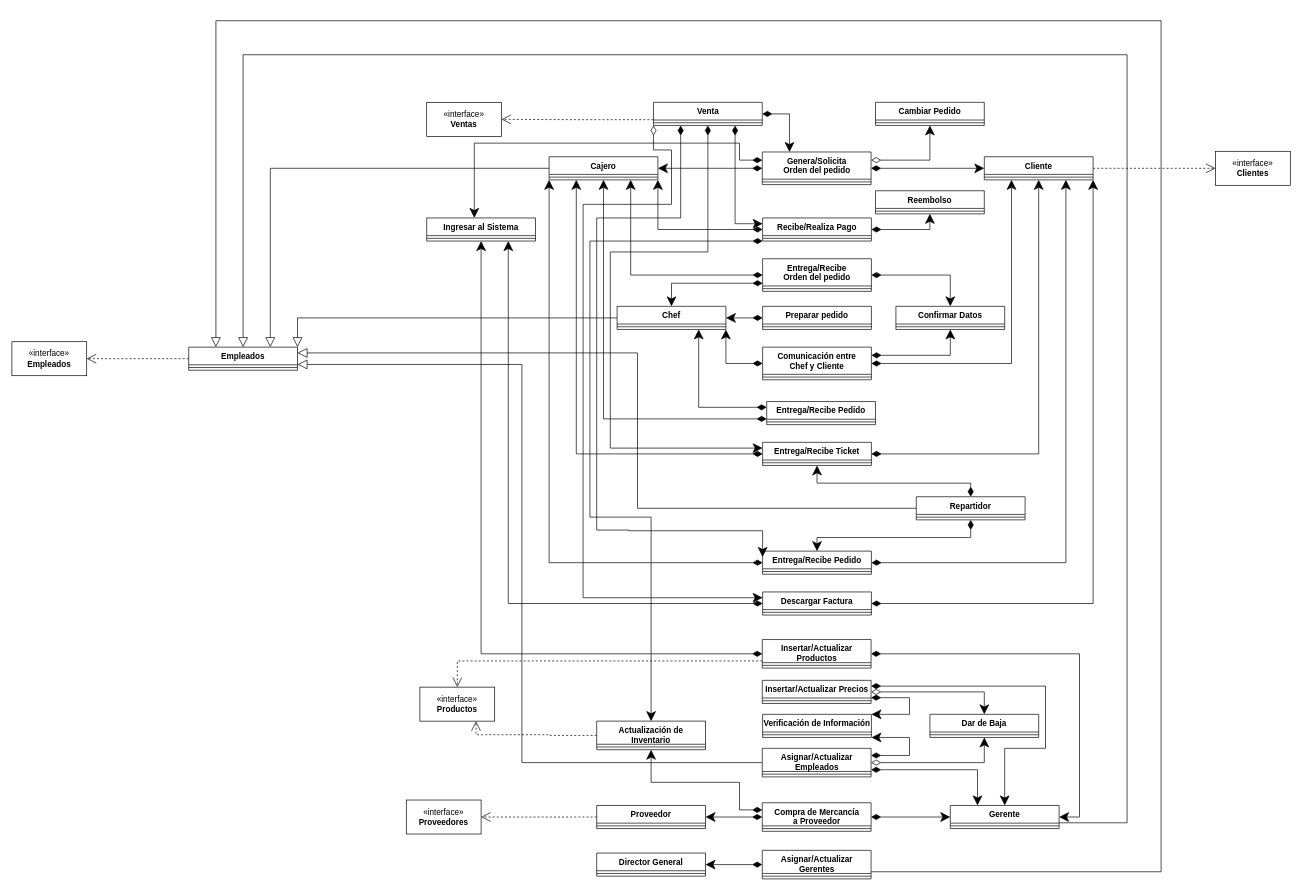
Before: Diagrama_de_clases/Diagrama_de_clases_Sistema_de_Ventas_de_Reposteria.drawio in LuisRV16/Proyecto-IS-Sistema-de-Ventas-de-Reposteria, a draw.io diagram. Source tidied: cells renumbered, new cells numbered last; positions are measured from the earlier drawing's top-left corner, leaving out a move shared by most shapes. Both pictures are drawn from the tidied source at 68%, with x=0, y=0 at pixel (12, 20).
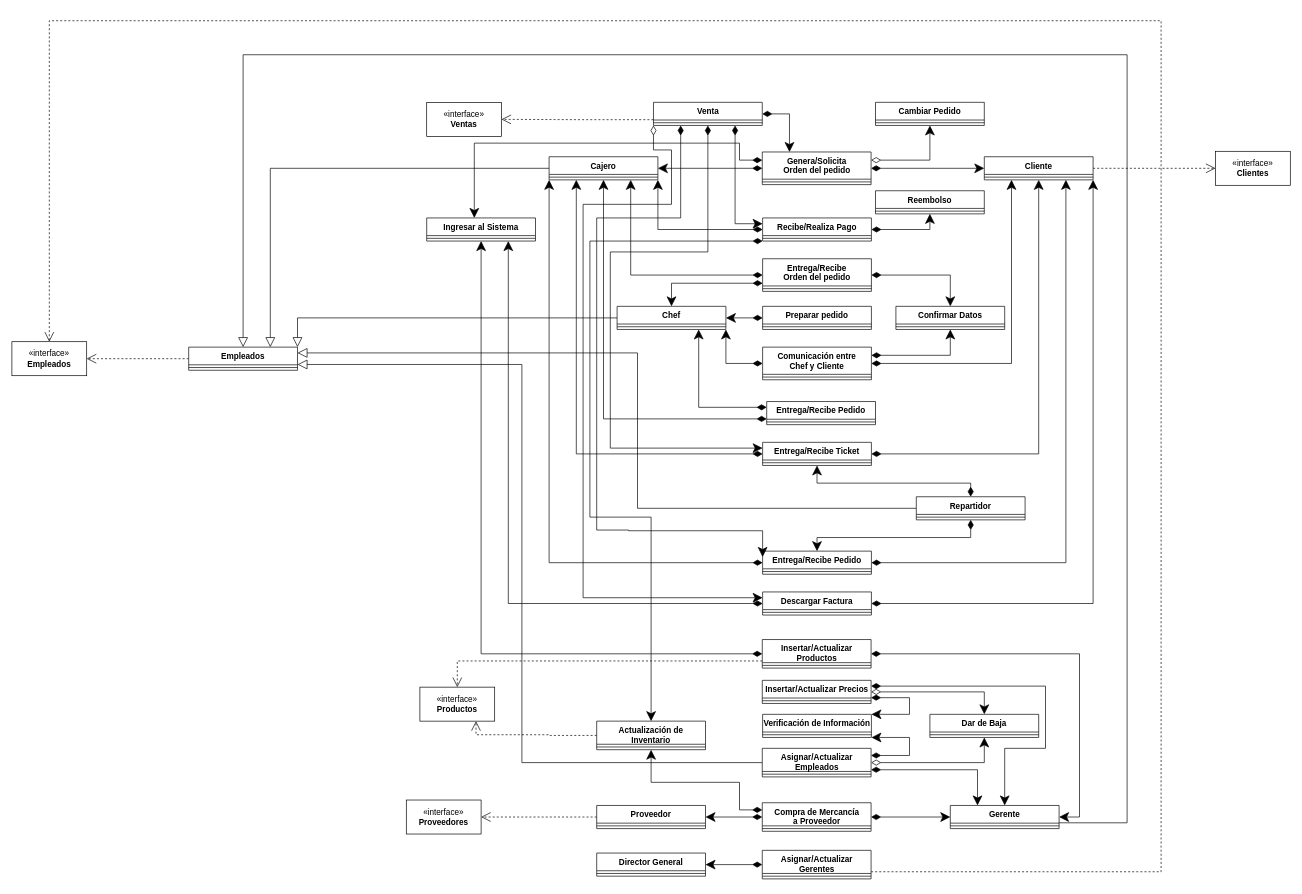
After the change.

Unchanged cells that the change refers to:
```xml
<mxCell id="62" value="Asignar/Actualizar Gerentes" style="swimlane;fontStyle=1;align=center;verticalAlign=top;horizontal=1;startSize=34;whiteSpace=wrap;html=1;" parent="1" vertex="1">
  <mxGeometry x="1103.5" y="1220" width="160" height="42" as="geometry" />
</mxCell>
<mxCell id="116" value="«interface»&lt;br&gt;&lt;b&gt;Empleados&lt;/b&gt;" style="html=1;whiteSpace=wrap;" parent="1" vertex="1">
  <mxGeometry y="472" width="110" height="50" as="geometry" />
</mxCell>
<mxCell id="118" value="Empleados" style="swimlane;fontStyle=1;align=center;verticalAlign=top;horizontal=1;startSize=26;whiteSpace=wrap;html=1;" parent="1" vertex="1">
  <mxGeometry x="260" y="480" width="160" height="34" as="geometry" />
</mxCell>
```

Diff of the diagram source:
```diff
@@
-    <mxCell id="61" style="edgeStyle=orthogonalEdgeStyle;rounded=0;jettySize=auto;html=1;exitX=1;exitY=0.75;exitDx=0;exitDy=0;entryX=0.25;entryY=0;entryDx=0;entryDy=0;endArrow=block;endFill=0;endSize=12;" parent="1" edge="1" source="62" target="118">
+    <mxCell id="61" style="edgeStyle=orthogonalEdgeStyle;rounded=0;jettySize=auto;html=1;exitX=1;exitY=0.75;exitDx=0;exitDy=0;entryX=0.5;entryY=0;entryDx=0;entryDy=0;endArrow=open;endFill=0;endSize=12;dashed=1;" parent="1" edge="1" source="62" target="116">
       <mxGeometry relative="1" as="geometry">
         <Array as="points">
           <mxPoint x="1690" y="1252" />
           <mxPoint x="1690" />
-          <mxPoint x="300" />
+          <mxPoint x="55" />
         </Array>
       </mxGeometry>
     </mxCell>
```
